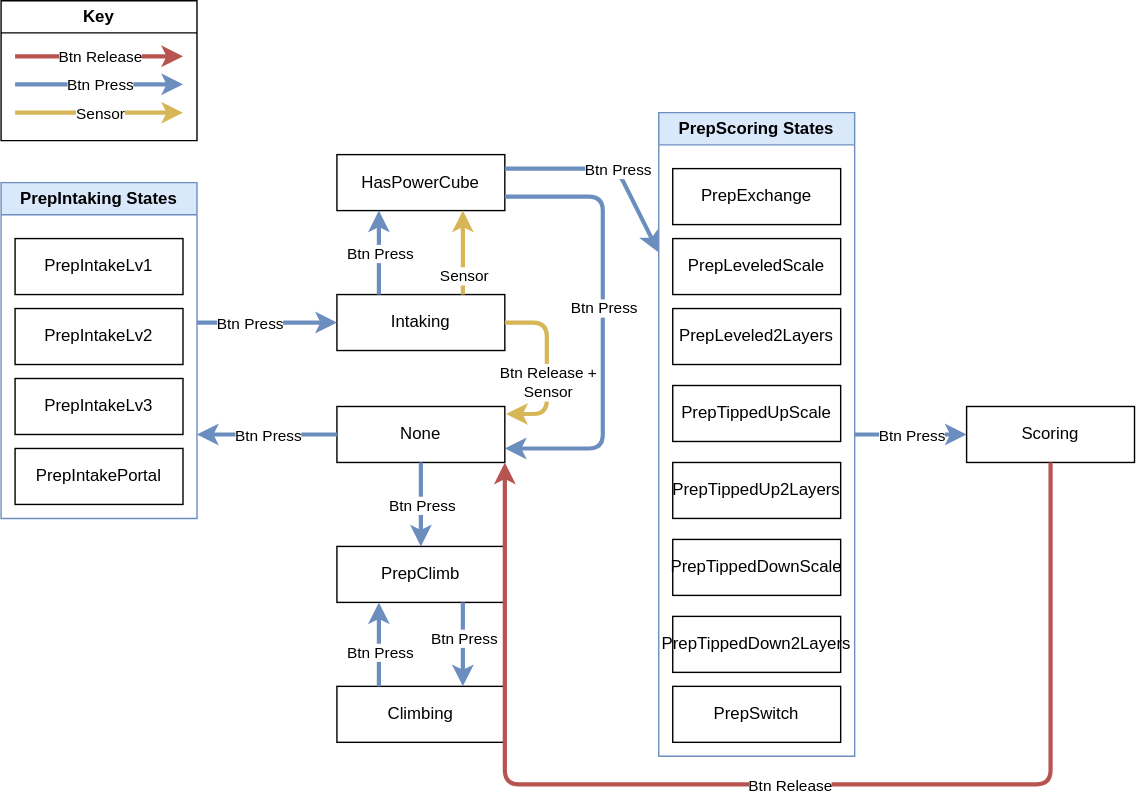
Above: design/state_transitions.drawio.svg in FRCTeam3255/2026_Retrobot_Code (draw.io), before the change. Source tidied: cells renumbered, new cells last; positions are measured from the earlier drawing's top-left corner, leaving out a move shared by most shapes.
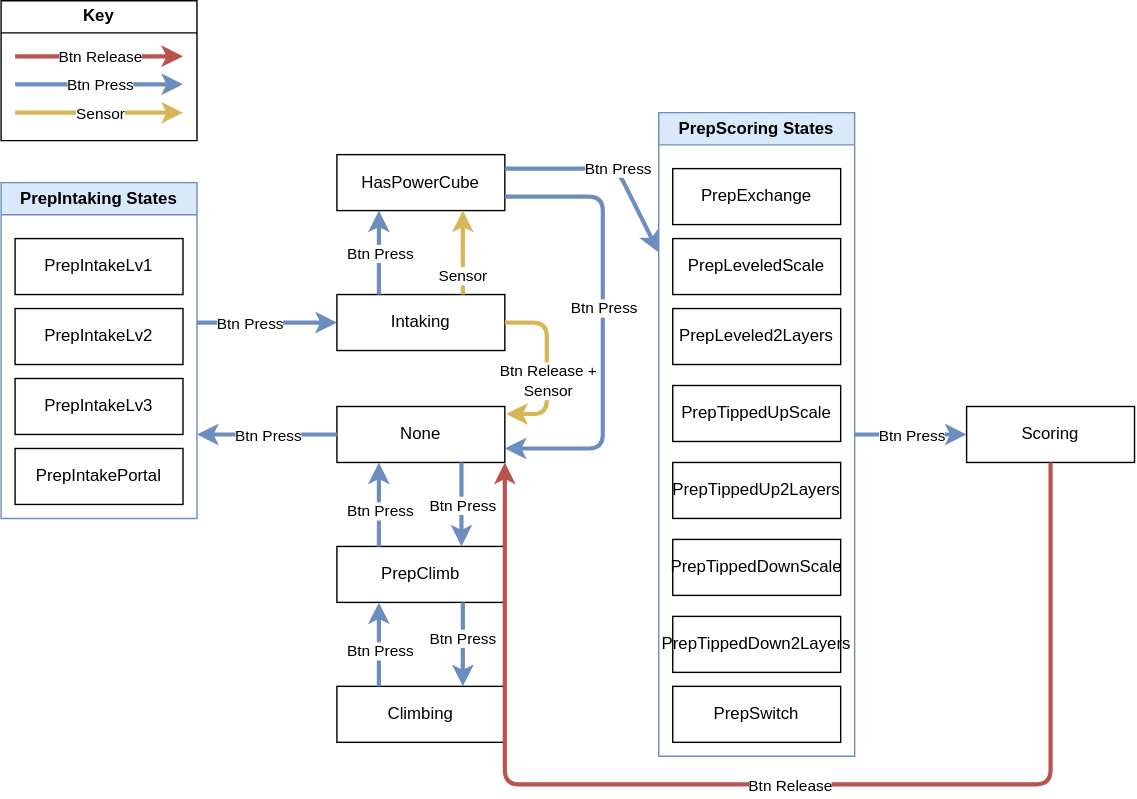
Later version of the same file.

Change to the diagram source:
```diff
@@ -98,8 +98,11 @@
     <mxCell id="30" value="Btn Press" style="edgeLabel;html=1;align=center;verticalAlign=middle;" parent="29" vertex="1">
       <mxGeometry relative="1" as="geometry" />
     </mxCell>
-    <mxCell id="31" style="endArrow=classic;html=1;fillColor=#dae8fc;strokeColor=#6c8ebf;strokeWidth=3;exitX=0.5;exitY=1;exitDx=0;exitDy=0;entryX=0.5;entryY=0;entryDx=0;entryDy=0;" parent="1" edge="1" source="9" target="17">
-      <mxGeometry relative="1" as="geometry" />
+    <mxCell id="31" style="endArrow=classic;html=1;fillColor=#dae8fc;strokeColor=#6c8ebf;strokeWidth=3;exitX=0.5;exitY=1;exitDx=0;exitDy=0;entryX=0.5;entryY=0;entryDx=0;entryDy=0;" parent="1" edge="1">
+      <mxGeometry relative="1" as="geometry">
+        <mxPoint x="329" y="330" as="sourcePoint" />
+        <mxPoint x="329" y="390" as="targetPoint" />
+      </mxGeometry>
     </mxCell>
     <mxCell id="32" value="Btn Press" style="edgeLabel;html=1;align=center;verticalAlign=middle;" parent="31" vertex="1">
       <mxGeometry relative="1" as="geometry" />
@@ -189,5 +192,11 @@
     <mxCell id="52" value="Btn Press" style="edgeLabel;html=1;align=center;verticalAlign=middle;" parent="51" vertex="1">
       <mxGeometry relative="1" as="geometry" />
     </mxCell>
+    <mxCell id="53" style="endArrow=classic;html=1;fillColor=#dae8fc;strokeColor=#6c8ebf;strokeWidth=3;exitX=0.25;exitY=0;exitDx=0;exitDy=0;entryX=0.25;entryY=1;entryDx=0;entryDy=0;" parent="1" edge="1" source="17" target="9">
+      <mxGeometry relative="1" as="geometry" />
+    </mxCell>
+    <mxCell id="54" value="Btn Press" style="edgeLabel;html=1;align=center;verticalAlign=middle;" parent="53" vertex="1">
+      <mxGeometry x="-0.17" relative="1" as="geometry" />
+    </mxCell>
   </root>
 </mxGraphModel>
```
